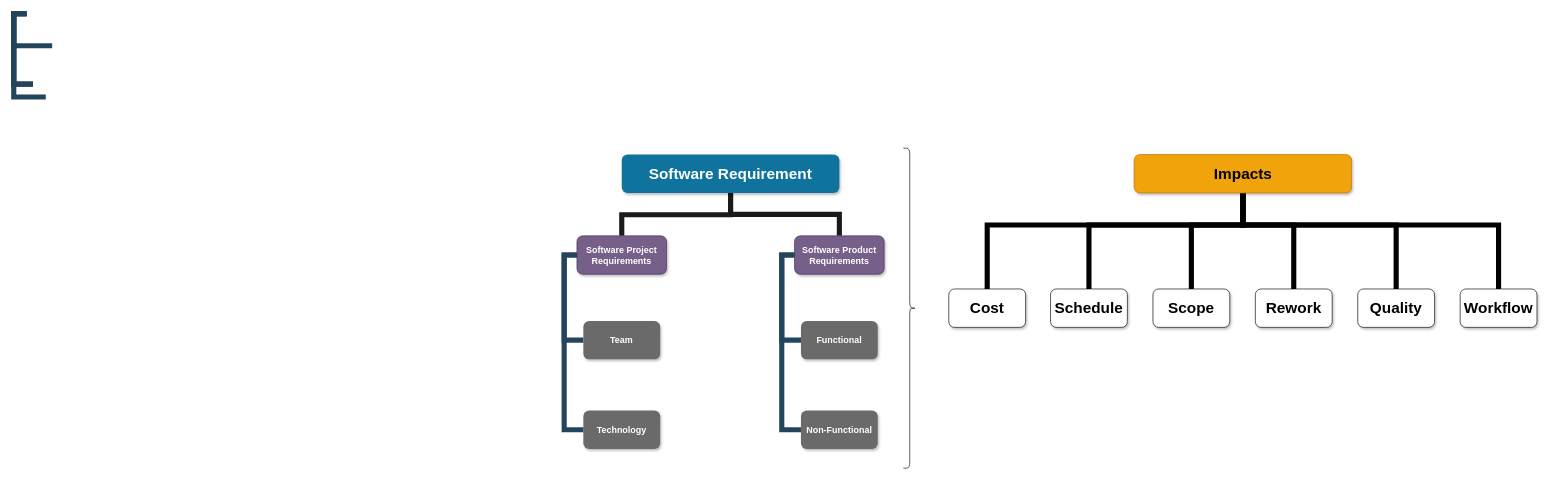
The draw.io diagram Diagrama sem nome.drawio in kamilaantunes/masters-thesis, before the edit. Source tidied: cells renumbered, new cells numbered last; positions are measured from the earlier drawing's top-left corner, leaving out a move shared by most shapes. Both pictures are drawn from the tidied source at 64%, with x=0, y=0 at pixel (13, 13).
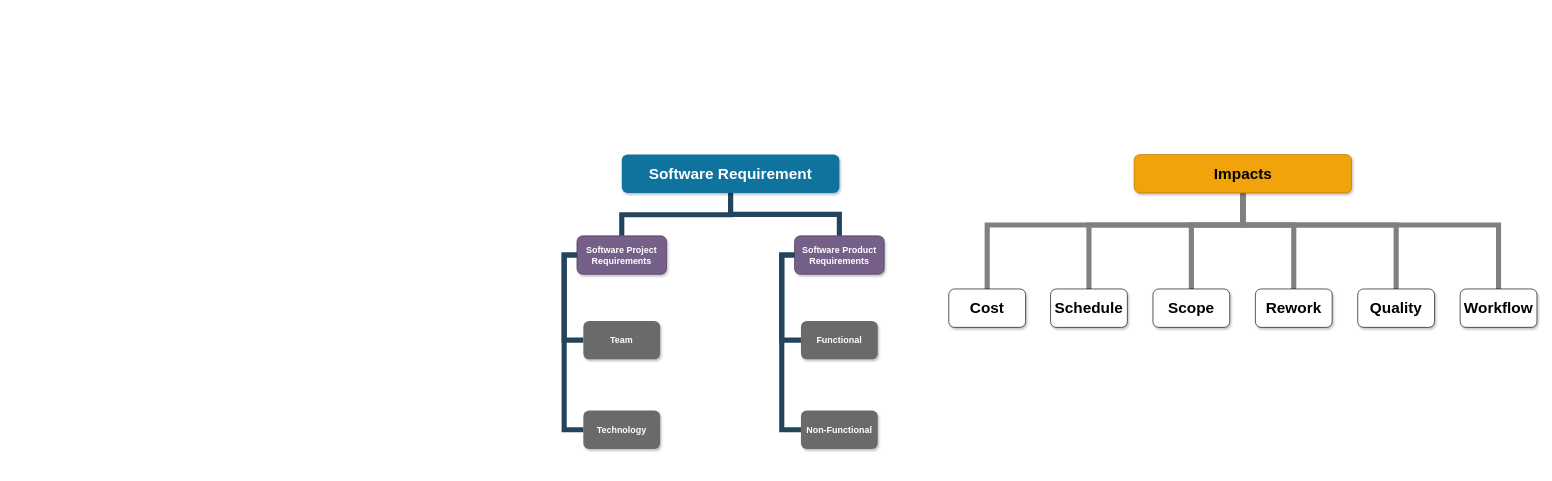
Above is the later version.

The change refers to these unchanged cells:
```xml
<mxCell id="8" value="Software Requirement" style="whiteSpace=wrap;rounded=1;shadow=1;fillColor=#10739E;strokeColor=none;fontColor=#FFFFFF;fontStyle=1;fontSize=24;" parent="1" vertex="1">
  <mxGeometry x="950" y="220" width="340" height="60" as="geometry" />
</mxCell>
<mxCell id="10" value="Software Project Requirements" style="whiteSpace=wrap;rounded=1;fillColor=#76608a;strokeColor=#432D57;shadow=1;fontColor=#ffffff;fontStyle=1;fontSize=14;" parent="1" vertex="1">
  <mxGeometry x="880" y="347" width="140" height="60" as="geometry" />
</mxCell>
<mxCell id="12" value="Software Product Requirements" style="whiteSpace=wrap;rounded=1;fillColor=#76608a;strokeColor=#432D57;shadow=1;fontColor=#ffffff;fontStyle=1;fontSize=14;" parent="1" vertex="1">
  <mxGeometry x="1220" y="347" width="140" height="60" as="geometry" />
</mxCell>
<mxCell id="26" value="Impacts" style="whiteSpace=wrap;rounded=1;shadow=1;fillColor=#f0a30a;strokeColor=#BD7000;fontStyle=1;fontSize=24;fontColor=#000000;" parent="1" vertex="1">
  <mxGeometry x="1750.5" y="220" width="340" height="60" as="geometry" />
</mxCell>
<mxCell id="27" value="Cost" style="whiteSpace=wrap;html=1;fontSize=24;rounded=1;shadow=1;fontStyle=1;" parent="1" vertex="1">
  <mxGeometry x="1461" y="430" width="120" height="60" as="geometry" />
</mxCell>
<mxCell id="28" value="Schedule" style="whiteSpace=wrap;html=1;fontSize=24;rounded=1;shadow=1;fontStyle=1;" parent="1" vertex="1">
  <mxGeometry x="1620" y="430" width="120" height="60" as="geometry" />
</mxCell>
<mxCell id="29" value="Scope" style="whiteSpace=wrap;html=1;fontSize=24;rounded=1;shadow=1;fontStyle=1;" parent="1" vertex="1">
  <mxGeometry x="1780" y="430" width="120" height="60" as="geometry" />
</mxCell>
<mxCell id="30" value="Rework" style="whiteSpace=wrap;html=1;fontSize=24;rounded=1;shadow=1;fontStyle=1;" parent="1" vertex="1">
  <mxGeometry x="1940" y="430" width="120" height="60" as="geometry" />
</mxCell>
<mxCell id="31" value="Quality" style="whiteSpace=wrap;html=1;fontSize=24;rounded=1;shadow=1;fontStyle=1;" parent="1" vertex="1">
  <mxGeometry x="2100" y="430" width="120" height="60" as="geometry" />
</mxCell>
<mxCell id="32" value="Workflow" style="whiteSpace=wrap;html=1;fontSize=24;rounded=1;shadow=1;fontStyle=1;" parent="1" vertex="1">
  <mxGeometry x="2260" y="430" width="120" height="60" as="geometry" />
</mxCell>
```

Diff of the diagram source:
```diff
@@
-    <mxCell id="2" style="edgeStyle=elbowEdgeStyle;elbow=horizontal;rounded=0;fontColor=#000000;endArrow=none;endFill=0;strokeWidth=8;strokeColor=#23445D;" parent="1" edge="1">
-      <mxGeometry relative="1" as="geometry">
-        <mxPoint x="20" as="sourcePoint" />
-        <mxPoint x="60" y="50" as="targetPoint" />
-        <Array as="points">
-          <mxPoint y="50" />
-        </Array>
-      </mxGeometry>
-    </mxCell>
-    <mxCell id="3" style="edgeStyle=elbowEdgeStyle;elbow=horizontal;rounded=0;fontColor=#000000;endArrow=none;endFill=0;strokeWidth=8;strokeColor=#23445D;" parent="1" edge="1">
-      <mxGeometry relative="1" as="geometry">
-        <mxPoint x="20" as="sourcePoint" />
-        <mxPoint x="30" y="110" as="targetPoint" />
-        <Array as="points">
-          <mxPoint y="70" />
-        </Array>
-      </mxGeometry>
-    </mxCell>
-    <mxCell id="4" style="edgeStyle=elbowEdgeStyle;elbow=horizontal;rounded=0;fontColor=#000000;endArrow=none;endFill=0;strokeWidth=8;strokeColor=#23445D;" parent="1" edge="1">
-      <mxGeometry relative="1" as="geometry">
-        <mxPoint x="20" as="sourcePoint" />
-        <mxPoint x="30" y="110" as="targetPoint" />
-        <Array as="points">
-          <mxPoint y="210" />
-        </Array>
-      </mxGeometry>
-    </mxCell>
-    <mxCell id="5" style="edgeStyle=elbowEdgeStyle;elbow=horizontal;rounded=0;fontColor=#000000;endArrow=none;endFill=0;strokeWidth=8;strokeColor=#23445D;" parent="1" edge="1">
-      <mxGeometry relative="1" as="geometry">
-        <mxPoint x="20" as="sourcePoint" />
-        <mxPoint x="50" y="130" as="targetPoint" />
-        <Array as="points">
-          <mxPoint y="80" />
-        </Array>
-      </mxGeometry>
-    </mxCell>
-    <mxCell id="6" style="edgeStyle=elbowEdgeStyle;rounded=0;jettySize=auto;html=1;entryX=0.5;entryY=0;entryDx=0;entryDy=0;strokeWidth=8;elbow=vertical;endArrow=none;endFill=0;strokeColor=#1A1A1A;" parent="1" edge="1" source="8" target="10">
+    <mxCell id="6" style="edgeStyle=elbowEdgeStyle;rounded=0;jettySize=auto;html=1;entryX=0.5;entryY=0;entryDx=0;entryDy=0;strokeWidth=8;elbow=vertical;endArrow=none;endFill=0;strokeColor=#23445D;" parent="1" edge="1" source="8" target="10">
       <mxGeometry relative="1" as="geometry" />
     </mxCell>
-    <mxCell id="7" style="edgeStyle=orthogonalEdgeStyle;rounded=0;jettySize=auto;html=1;strokeColor=#1A1A1A;strokeWidth=8;endArrow=none;endFill=0;" parent="1" edge="1" source="8" target="12">
+    <mxCell id="7" style="edgeStyle=orthogonalEdgeStyle;rounded=0;jettySize=auto;html=1;strokeColor=#23445D;strokeWidth=8;endArrow=none;endFill=0;" parent="1" edge="1" source="8" target="12">
       <mxGeometry relative="1" as="geometry" />
     </mxCell>
@@
-    <mxCell id="19" style="shape=curlyBracket;whiteSpace=wrap;html=1;rounded=1;flipH=1;labelPosition=right;verticalLabelPosition=middle;align=left;verticalAlign=middle;" parent="1" vertex="1">
+    <mxCell id="19" style="shape=curlyBracket;whiteSpace=wrap;html=1;rounded=1;flipH=1;labelPosition=right;verticalLabelPosition=middle;align=left;verticalAlign=middle;strokeWidth=6;strokeColor=#FFFFFF;" parent="1" vertex="1">
       <mxGeometry x="1390" y="210" width="20" height="500" as="geometry" />
     </mxCell>
-    <mxCell id="20" style="edgeStyle=orthogonalEdgeStyle;rounded=0;jettySize=auto;html=1;entryX=0.5;entryY=0;entryDx=0;entryDy=0;strokeWidth=8;endArrow=none;endFill=0;" parent="1" edge="1" source="26" target="27">
+    <mxCell id="20" style="edgeStyle=orthogonalEdgeStyle;rounded=0;jettySize=auto;html=1;entryX=0.5;entryY=0;entryDx=0;entryDy=0;strokeWidth=8;endArrow=none;endFill=0;strokeColor=#808080;" parent="1" edge="1" source="26" target="27">
       <mxGeometry relative="1" as="geometry">
         <Array as="points">
           <mxPoint x="1921" y="330" />
           <mxPoint x="1521" y="330" />
         </Array>
       </mxGeometry>
     </mxCell>
-    <mxCell id="21" style="edgeStyle=orthogonalEdgeStyle;rounded=0;jettySize=auto;html=1;entryX=0.5;entryY=0;entryDx=0;entryDy=0;strokeWidth=8;endArrow=none;endFill=0;" parent="1" edge="1" source="26" target="28">
+    <mxCell id="21" style="edgeStyle=orthogonalEdgeStyle;rounded=0;jettySize=auto;html=1;entryX=0.5;entryY=0;entryDx=0;entryDy=0;strokeWidth=8;endArrow=none;endFill=0;strokeColor=#808080;" parent="1" edge="1" source="26" target="28">
       <mxGeometry relative="1" as="geometry">
         <Array as="points">
           <mxPoint x="1921" y="330" />
           <mxPoint x="1680" y="330" />
         </Array>
       </mxGeometry>
     </mxCell>
-    <mxCell id="22" style="edgeStyle=orthogonalEdgeStyle;rounded=0;jettySize=auto;html=1;entryX=0.5;entryY=0;entryDx=0;entryDy=0;strokeWidth=8;endArrow=none;endFill=0;" parent="1" edge="1" source="26" target="29">
+    <mxCell id="22" style="edgeStyle=orthogonalEdgeStyle;rounded=0;jettySize=auto;html=1;entryX=0.5;entryY=0;entryDx=0;entryDy=0;strokeWidth=8;endArrow=none;endFill=0;strokeColor=#808080;" parent="1" edge="1" source="26" target="29">
       <mxGeometry relative="1" as="geometry">
         <Array as="points">
           <mxPoint x="1921" y="330" />
           <mxPoint x="1840" y="330" />
         </Array>
       </mxGeometry>
     </mxCell>
-    <mxCell id="23" style="edgeStyle=orthogonalEdgeStyle;rounded=0;jettySize=auto;html=1;entryX=0.5;entryY=0;entryDx=0;entryDy=0;strokeWidth=8;endArrow=none;endFill=0;" parent="1" edge="1" source="26" target="30">
+    <mxCell id="23" style="edgeStyle=orthogonalEdgeStyle;rounded=0;jettySize=auto;html=1;entryX=0.5;entryY=0;entryDx=0;entryDy=0;strokeWidth=8;endArrow=none;endFill=0;strokeColor=#808080;" parent="1" edge="1" source="26" target="30">
       <mxGeometry relative="1" as="geometry">
         <Array as="points">
           <mxPoint x="1921" y="330" />
           <mxPoint x="2000" y="330" />
         </Array>
       </mxGeometry>
     </mxCell>
-    <mxCell id="24" style="edgeStyle=orthogonalEdgeStyle;rounded=0;jettySize=auto;html=1;entryX=0.5;entryY=0;entryDx=0;entryDy=0;exitX=0.5;exitY=1;exitDx=0;exitDy=0;strokeWidth=8;endArrow=none;endFill=0;" parent="1" edge="1" source="26" target="31">
+    <mxCell id="24" style="edgeStyle=orthogonalEdgeStyle;rounded=0;jettySize=auto;html=1;entryX=0.5;entryY=0;entryDx=0;entryDy=0;exitX=0.5;exitY=1;exitDx=0;exitDy=0;strokeWidth=8;endArrow=none;endFill=0;strokeColor=#808080;" parent="1" edge="1" source="26" target="31">
       <mxGeometry relative="1" as="geometry">
         <Array as="points">
           <mxPoint x="1921" y="330" />
           <mxPoint x="2160" y="330" />
         </Array>
       </mxGeometry>
     </mxCell>
-    <mxCell id="25" style="edgeStyle=orthogonalEdgeStyle;rounded=0;jettySize=auto;html=1;entryX=0.5;entryY=0;entryDx=0;entryDy=0;strokeWidth=8;endArrow=none;endFill=0;" parent="1" edge="1" source="26" target="32">
+    <mxCell id="25" style="edgeStyle=orthogonalEdgeStyle;rounded=0;jettySize=auto;html=1;entryX=0.5;entryY=0;entryDx=0;entryDy=0;strokeWidth=8;endArrow=none;endFill=0;strokeColor=#808080;" parent="1" edge="1" source="26" target="32">
       <mxGeometry relative="1" as="geometry">
         <Array as="points">
           <mxPoint x="1921" y="330" />
           <mxPoint x="2320" y="330" />
         </Array>
       </mxGeometry>
     </mxCell>
```
